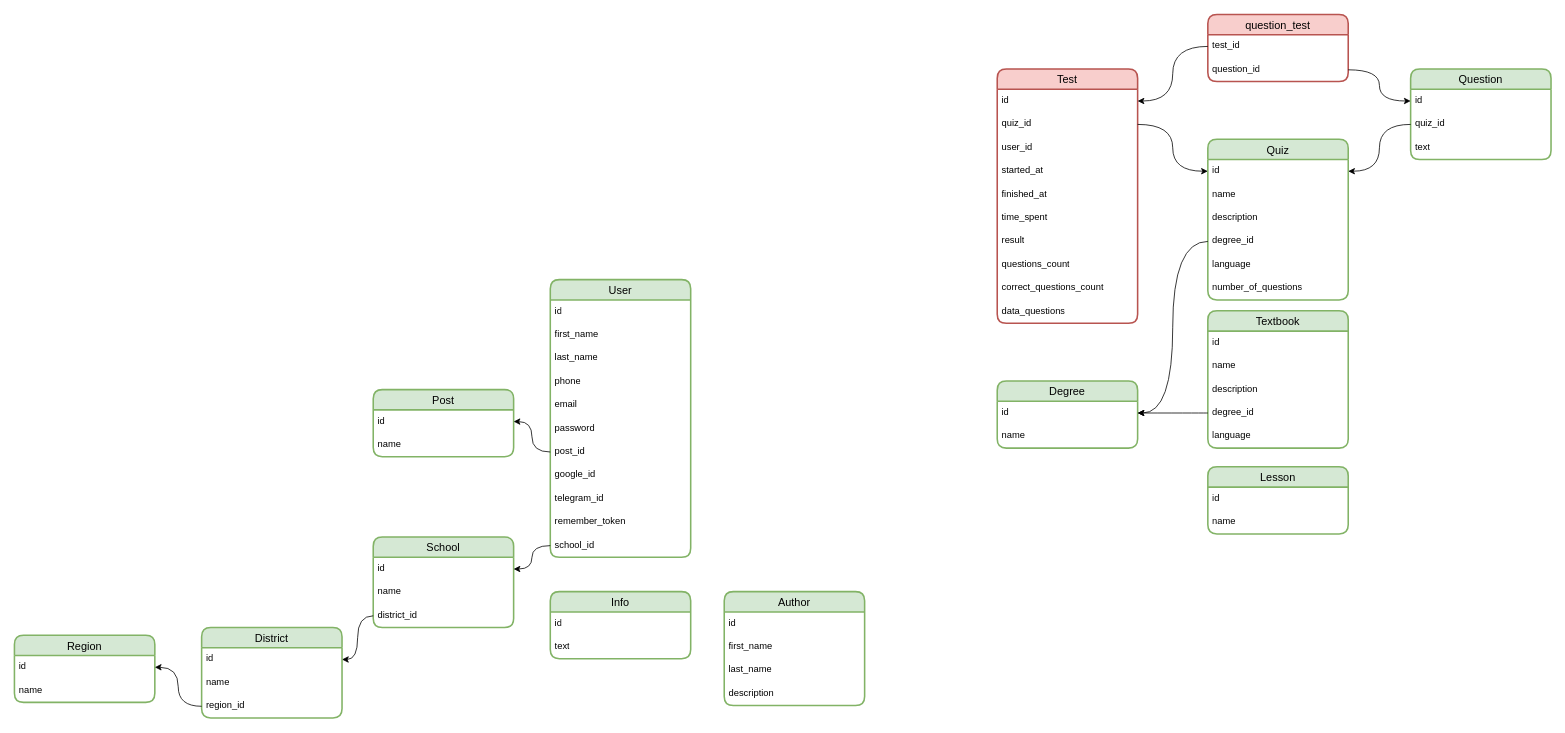
The draw.io diagram karsoft-learn-platform.drawio in iztileuoff/databases, before the edit. Source tidied: cells renumbered, new cells numbered last; positions are measured from the earlier drawing's top-left corner, leaving out a move shared by most shapes. Both pictures are drawn from the tidied source at 78%, with x=0, y=0 at pixel (14, 14).
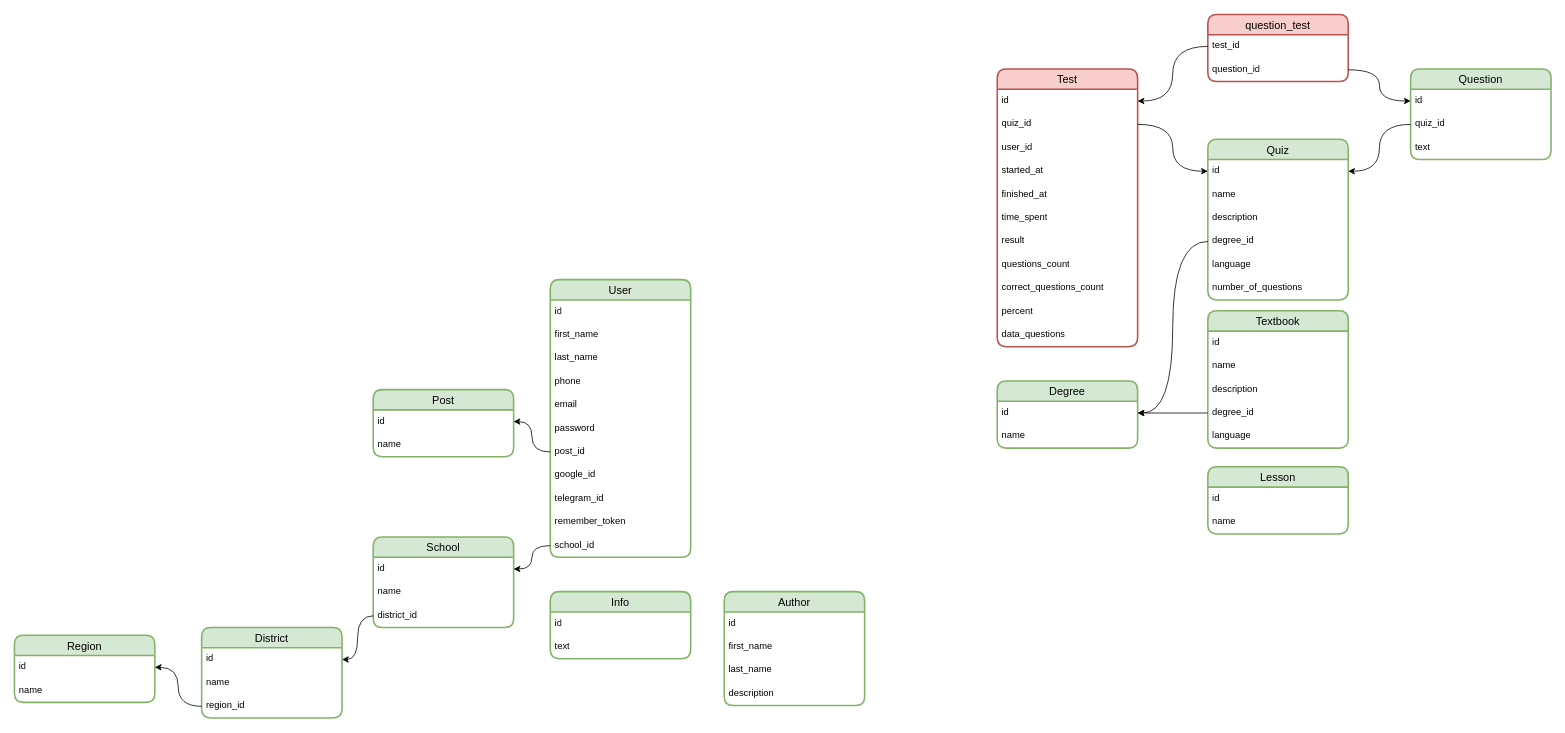
The same diagram, later.

What changed in the source:
```diff
@@
     <mxCell id="29" value="Test" style="swimlane;fontStyle=0;horizontal=1;startSize=26;align=center;fontSize=14;strokeWidth=2;rounded=1;shadow=0;glass=0;swimlaneLine=1;labelBackgroundColor=none;labelBorderColor=none;textShadow=0;fillColor=#f8cecc;strokeColor=#b85450;" parent="1" vertex="1">
-      <mxGeometry x="1260" y="70" width="180" height="326" as="geometry" />
+      <mxGeometry x="1260" y="70" width="180" height="356" as="geometry" />
     </mxCell>
@@
+    <mxCell id="83" value="percent" style="text;strokeColor=none;fillColor=none;spacingLeft=4;spacingRight=4;overflow=hidden;fontSize=12;whiteSpace=wrap;html=1;" parent="29" vertex="1">
+      <mxGeometry y="296" width="180" height="30" as="geometry" />
+    </mxCell>
     <mxCell id="39" value="data_questions" style="text;strokeColor=none;fillColor=none;spacingLeft=4;spacingRight=4;overflow=hidden;fontSize=12;whiteSpace=wrap;html=1;" parent="29" vertex="1">
-      <mxGeometry y="296" width="180" height="30" as="geometry" />
+      <mxGeometry y="326" width="180" height="30" as="geometry" />
     </mxCell>
```
